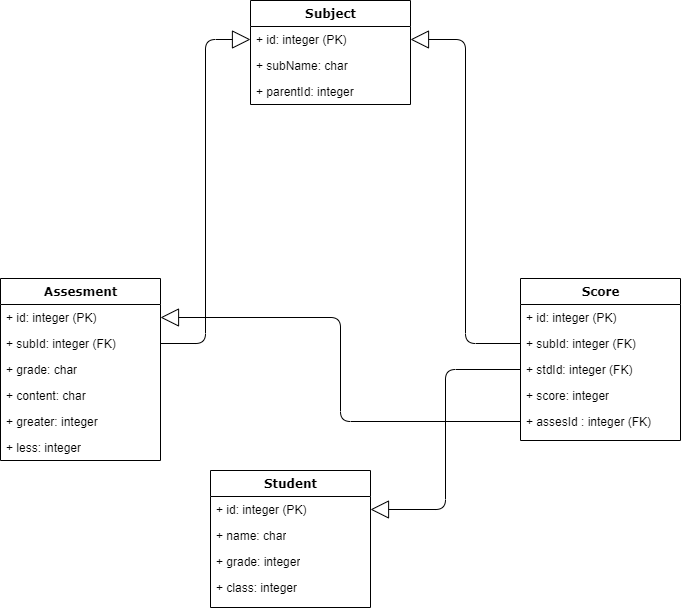
This is dbschema.png from chlwodud77/student-assesment-manager, a draw.io export, as it was before one commit. Source tidied: cells renumbered, new cells last; positions are measured from the earlier drawing's top-left corner, leaving out a move shared by most shapes.
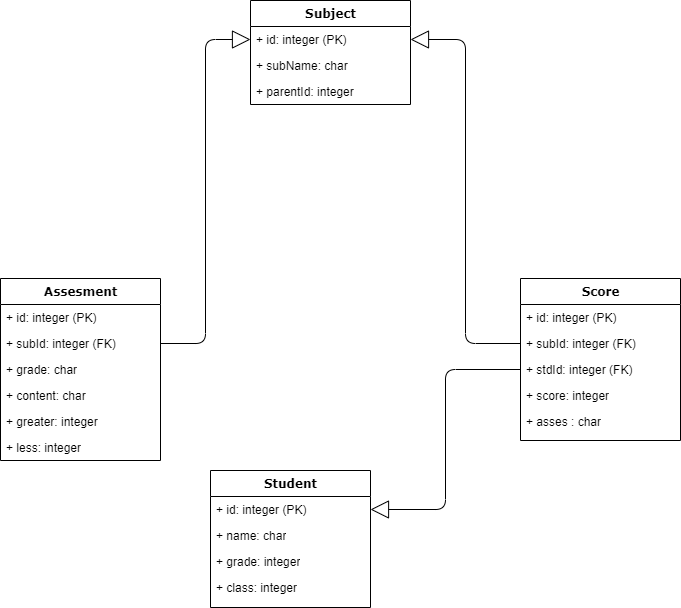
After the commit.

The edit, as a diff of the source:
```diff
@@ -59,12 +59,9 @@
     <mxCell id="20" value="+ score: integer" style="text;html=1;strokeColor=none;fillColor=none;align=left;verticalAlign=top;spacingLeft=4;spacingRight=4;whiteSpace=wrap;overflow=hidden;" parent="16" vertex="1">
       <mxGeometry y="104" width="160" height="26" as="geometry" />
     </mxCell>
-    <mxCell id="21" value="+ assesId : integer (FK)" style="text;html=1;strokeColor=none;fillColor=none;align=left;verticalAlign=top;spacingLeft=4;spacingRight=4;whiteSpace=wrap;overflow=hidden;points=[[0,0.5],[1,0.5]];portConstraint=eastwest;" parent="16" vertex="1">
+    <mxCell id="21" value="+ asses : char" style="text;html=1;strokeColor=none;fillColor=none;align=left;verticalAlign=top;spacingLeft=4;spacingRight=4;whiteSpace=wrap;overflow=hidden;points=[[0,0.5],[1,0.5]];portConstraint=eastwest;" parent="16" vertex="1">
       <mxGeometry y="130" width="160" height="26" as="geometry" />
     </mxCell>
-    <mxCell id="22" style="edgeStyle=orthogonalEdgeStyle;html=1;labelBackgroundColor=none;startFill=0;startSize=8;endArrow=block;endFill=0;endSize=16;fontFamily=Verdana;fontSize=12;" parent="1" edge="1" source="21" target="10">
-      <mxGeometry relative="1" as="geometry" />
-    </mxCell>
     <mxCell id="23" value="Student" style="swimlane;html=1;fontStyle=1;align=center;verticalAlign=top;horizontal=1;startSize=26;swimlaneFillColor=#ffffff;rounded=0;shadow=0;comic=0;labelBackgroundColor=none;strokeWidth=1;fillColor=none;fontFamily=Verdana;fontSize=12;" parent="1" vertex="1">
       <mxGeometry x="210" y="470" width="160" height="137" as="geometry" />
     </mxCell>
```
